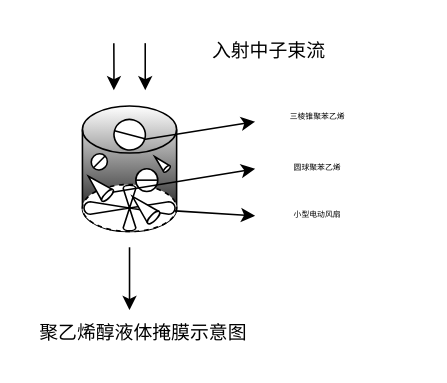
Above: 掩膜示意图.drawio in NuaaMtz/github- (draw.io), before the change. Source tidied: cells renumbered, new cells numbered last; positions are measured from the earlier drawing's top-left corner, leaving out a move shared by most shapes. Both pictures are drawn from the tidied source at 157%, with x=0, y=0 at pixel (25, 27).
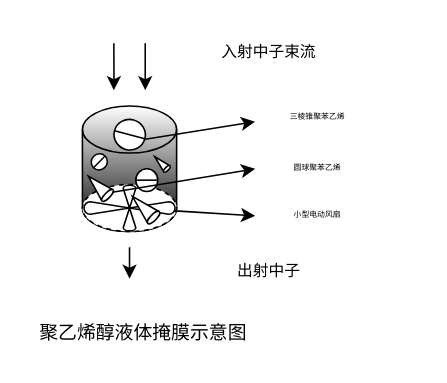
The same diagram, later.

Commit message (it also covers changes not shown here):
Update 掩膜示意图.drawio

What changed in the source:
```diff
@@
     <mxCell id="12" style="endArrow=classic;html=1;rounded=0;" parent="1" edge="1">
       <mxGeometry relative="1" as="geometry">
         <mxPoint x="66" y="140" as="sourcePoint" />
-        <mxPoint x="66" y="180" as="targetPoint" />
+        <mxPoint x="66" y="160" as="targetPoint" />
       </mxGeometry>
     </mxCell>
@@
-    <mxCell id="17" value="入射中子束流" style="text;strokeColor=none;align=center;fillColor=none;html=1;verticalAlign=middle;whiteSpace=wrap;rounded=0;" parent="1" vertex="1">
+    <mxCell id="17" value="&lt;font style=&quot;font-size: 10px;&quot;&gt;入射中子束流&lt;/font&gt;" style="text;strokeColor=none;align=center;fillColor=none;html=1;verticalAlign=middle;whiteSpace=wrap;rounded=0;" parent="1" vertex="1">
       <mxGeometry x="95" width="120" height="30" as="geometry" />
     </mxCell>
@@
+    <mxCell id="23" value="&lt;span style=&quot;font-size: 10px;&quot;&gt;出射中子&lt;/span&gt;" style="text;strokeColor=none;align=center;fillColor=none;html=1;verticalAlign=middle;whiteSpace=wrap;rounded=0;" parent="1" vertex="1">
+      <mxGeometry x="95" y="140" width="120" height="30" as="geometry" />
+    </mxCell>
```
